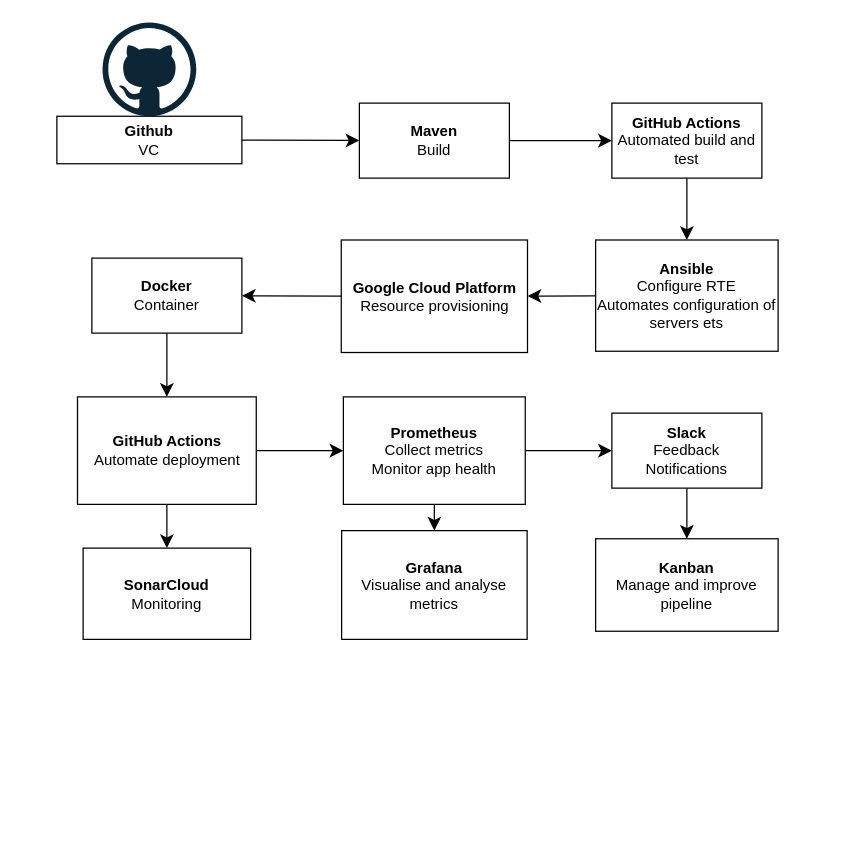
Earlier version of the draw.io diagram flow_diagram.drawio (EmoSense/OpsPaws). Source tidied: cells renumbered, new cells numbered last; positions are measured from the earlier drawing's top-left corner, leaving out a move shared by most shapes. Both pictures are drawn from the tidied source at 125%, with x=0, y=0 at pixel (56, 21).
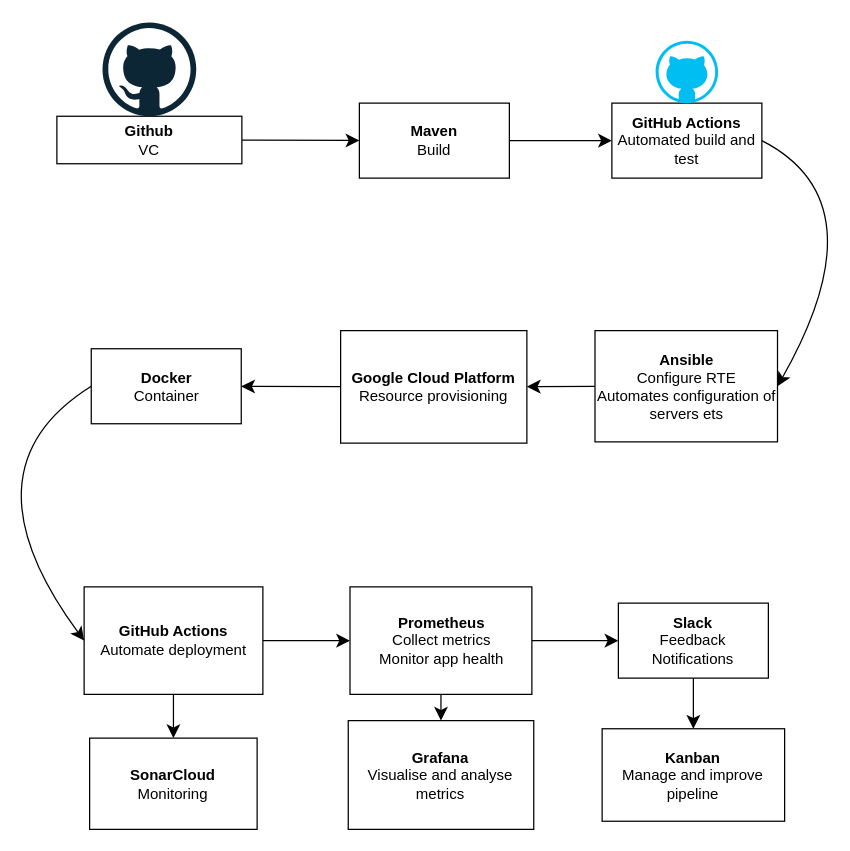
The same page after the edit.

Unchanged cells that the change refers to:
```xml
<mxCell id="7" value="&lt;b&gt;GitHub Actions&lt;/b&gt;&lt;div&gt;Automated build and test&lt;/div&gt;" style="rounded=0;whiteSpace=wrap;html=1;" parent="1" vertex="1">
  <mxGeometry x="444" y="65" width="120" height="60" as="geometry" />
</mxCell>
```

The edit, as a diff of the source:
```diff
@@
-    <mxCell id="6" style="edgeStyle=none;curved=1;rounded=0;jettySize=auto;html=1;fontSize=12;startSize=8;endSize=8;" parent="1" edge="1" source="7" target="13">
-      <mxGeometry relative="1" as="geometry" />
+    <mxCell id="6" style="edgeStyle=none;curved=1;rounded=0;jettySize=auto;html=1;fontSize=12;startSize=8;endSize=8;exitX=1;exitY=0.5;exitDx=0;exitDy=0;entryX=1;entryY=0.5;entryDx=0;entryDy=0;" parent="1" edge="1" source="7" target="13">
+      <mxGeometry relative="1" as="geometry">
+        <Array as="points">
+          <mxPoint x="660" y="144" />
+        </Array>
+      </mxGeometry>
     </mxCell>
@@
-    <mxCell id="8" style="edgeStyle=none;curved=1;rounded=0;jettySize=auto;html=1;fontSize=12;startSize=8;endSize=8;" parent="1" edge="1" source="9" target="16">
-      <mxGeometry relative="1" as="geometry" />
+    <mxCell id="8" style="edgeStyle=none;curved=1;rounded=0;jettySize=auto;html=1;fontSize=12;startSize=8;endSize=8;exitX=0;exitY=0.5;exitDx=0;exitDy=0;entryX=0;entryY=0.5;entryDx=0;entryDy=0;" parent="1" edge="1" source="9" target="16">
+      <mxGeometry relative="1" as="geometry">
+        <Array as="points">
+          <mxPoint x="-79" y="358" />
+        </Array>
+      </mxGeometry>
     </mxCell>
     <mxCell id="9" value="&lt;b&gt;Docker&lt;/b&gt;&lt;div&gt;Container&lt;/div&gt;" style="rounded=0;whiteSpace=wrap;html=1;" parent="1" vertex="1">
-      <mxGeometry x="28" y="189" width="120" height="60" as="geometry" />
+      <mxGeometry x="27.5" y="261.5" width="120" height="60" as="geometry" />
     </mxCell>
@@
     <mxCell id="11" value="&lt;b&gt;Google Cloud Platform&lt;/b&gt;&lt;div&gt;Resource provisioning&lt;/div&gt;" style="rounded=0;whiteSpace=wrap;html=1;" parent="1" vertex="1">
-      <mxGeometry x="227.5" y="174.5" width="149" height="90" as="geometry" />
+      <mxGeometry x="227" y="247" width="149" height="90" as="geometry" />
     </mxCell>
@@
     <mxCell id="13" value="&lt;b&gt;Ansible&lt;/b&gt;&lt;div&gt;Configure RTE&lt;/div&gt;&lt;div&gt;Automates configuration of servers ets&lt;/div&gt;" style="rounded=0;whiteSpace=wrap;html=1;" parent="1" vertex="1">
-      <mxGeometry x="431" y="174.5" width="146" height="89" as="geometry" />
+      <mxGeometry x="430.5" y="247" width="146" height="89" as="geometry" />
     </mxCell>
@@
     <mxCell id="16" value="&lt;b&gt;GitHub Actions&lt;/b&gt;&lt;br&gt;&lt;div&gt;Automate deployment&lt;/div&gt;" style="rounded=0;whiteSpace=wrap;html=1;" parent="1" vertex="1">
-      <mxGeometry x="16.5" y="300" width="143" height="86" as="geometry" />
+      <mxGeometry x="21.8" y="452" width="143" height="86" as="geometry" />
     </mxCell>
@@
     <mxCell id="19" value="&lt;b&gt;Prometheus&lt;/b&gt;&lt;div&gt;Collect metrics&lt;/div&gt;&lt;div&gt;Monitor app health&lt;/div&gt;" style="rounded=0;whiteSpace=wrap;html=1;" parent="1" vertex="1">
-      <mxGeometry x="229.2" y="300" width="145.5" height="86" as="geometry" />
+      <mxGeometry x="234.5" y="452" width="145.5" height="86" as="geometry" />
     </mxCell>
@@
     <mxCell id="21" value="&lt;b&gt;Slack&lt;/b&gt;&lt;div&gt;Feedback&lt;/div&gt;&lt;div&gt;Notifications&lt;/div&gt;" style="rounded=0;whiteSpace=wrap;html=1;" parent="1" vertex="1">
-      <mxGeometry x="444" y="313" width="120" height="60" as="geometry" />
+      <mxGeometry x="449.2" y="465" width="120" height="60" as="geometry" />
     </mxCell>
     <mxCell id="22" value="Kanban&lt;div&gt;&lt;span style=&quot;font-weight: normal;&quot;&gt;Manage and improve pipeline&lt;/span&gt;&lt;/div&gt;" style="rounded=0;whiteSpace=wrap;html=1;fontStyle=1;" parent="1" vertex="1">
-      <mxGeometry x="431" y="413.5" width="146" height="74" as="geometry" />
+      <mxGeometry x="436.2" y="565.5" width="146" height="74" as="geometry" />
     </mxCell>
     <mxCell id="23" value="&lt;b&gt;Grafana&lt;/b&gt;&lt;div&gt;Visualise and analyse metrics&lt;/div&gt;" style="rounded=0;whiteSpace=wrap;html=1;" parent="1" vertex="1">
-      <mxGeometry x="227.8" y="407" width="148.4" height="87" as="geometry" />
+      <mxGeometry x="233.1" y="559" width="148.4" height="87" as="geometry" />
     </mxCell>
@@
     <mxCell id="26" value="&lt;b&gt;SonarCloud&lt;/b&gt;&lt;div&gt;Monitoring&lt;/div&gt;" style="whiteSpace=wrap;html=1;rounded=0;" parent="1" vertex="1">
-      <mxGeometry x="21" y="421" width="134" height="73" as="geometry" />
+      <mxGeometry x="26.2" y="573" width="134" height="73" as="geometry" />
     </mxCell>
+    <mxCell id="27" style="verticalLabelPosition=bottom;html=1;verticalAlign=top;align=center;strokeColor=none;fillColor=#00BEF2;shape=mxgraph.azure.github_code;" parent="1" vertex="1">
+      <mxGeometry x="479" y="15" width="50" height="50" as="geometry" />
+    </mxCell>
```
